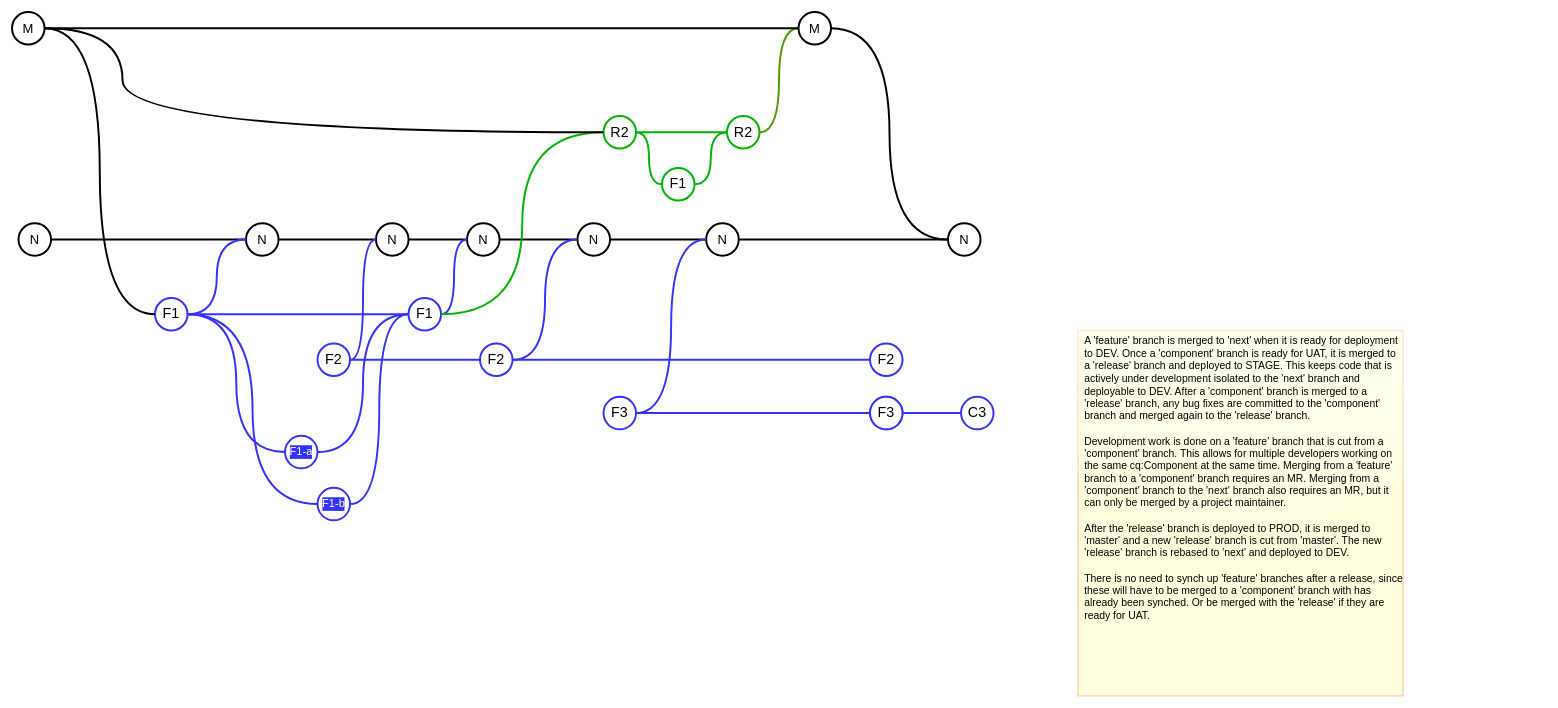
Above: docs/diagrams/branching.drawio in pdmyrs/aem-snippets (draw.io), before the change. Source tidied: cells renumbered, new cells numbered last; positions are measured from the earlier drawing's top-left corner, leaving out a move shared by most shapes. Both pictures are drawn from the tidied source at 65%, with x=0, y=0 at pixel (12, 12).
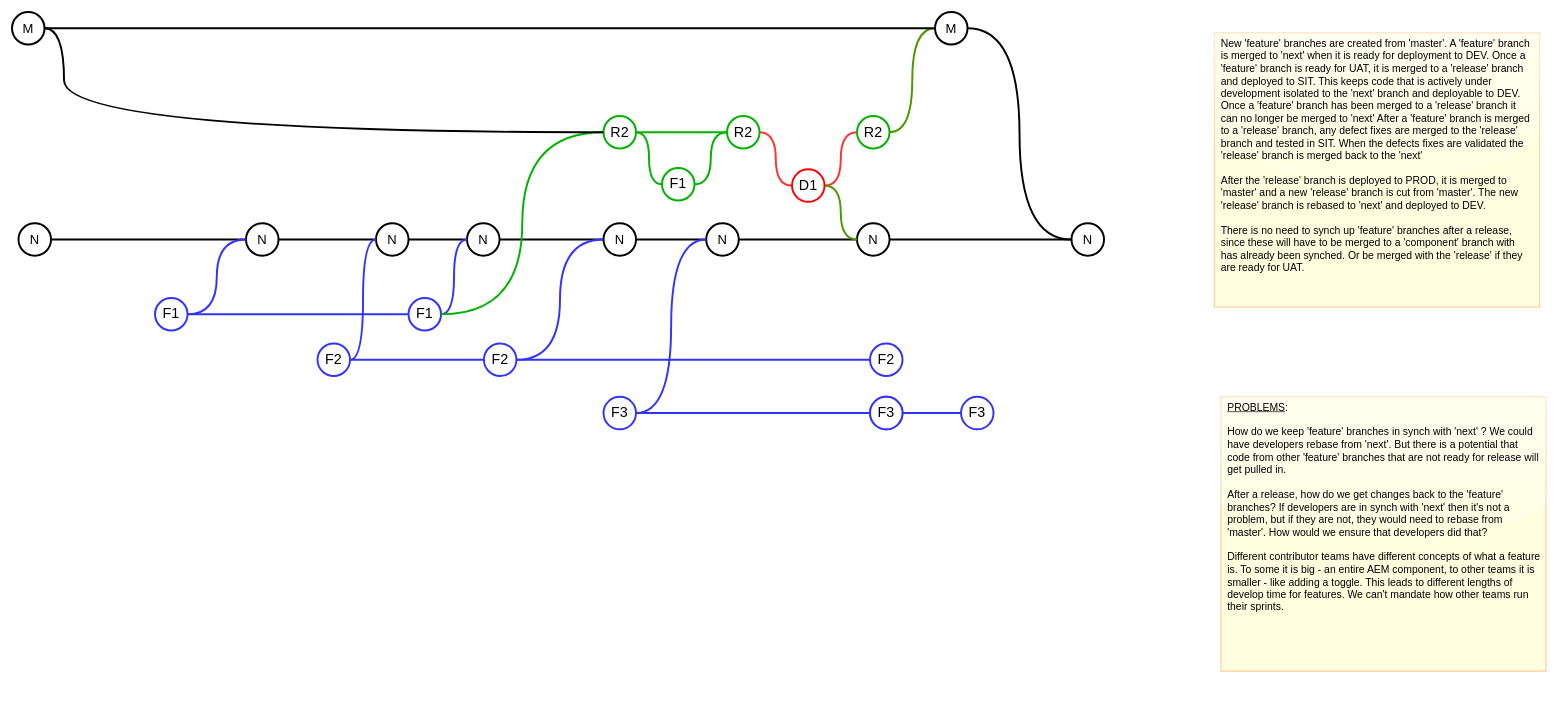
After the change.

Unchanged cells that the change refers to:
```xml
<mxCell id="10" value="F1" style="ellipse;whiteSpace=wrap;html=1;fontSize=22;strokeWidth=3;strokeColor=#3333FF;" parent="1" vertex="1">
  <mxGeometry x="220" y="440" width="50" height="50" as="geometry" />
</mxCell>
<mxCell id="15" value="F1" style="ellipse;whiteSpace=wrap;html=1;fontSize=22;strokeWidth=3;strokeColor=#3333FF;" parent="1" vertex="1">
  <mxGeometry x="610" y="440" width="50" height="50" as="geometry" />
</mxCell>
<mxCell id="20" value="R2" style="ellipse;whiteSpace=wrap;html=1;fontSize=22;strokeWidth=3;strokeColor=#00B300;" parent="1" vertex="1">
  <mxGeometry x="910" y="160" width="50" height="50" as="geometry" />
</mxCell>
<mxCell id="24" value="R2" style="ellipse;whiteSpace=wrap;html=1;fontSize=22;strokeWidth=3;strokeColor=#00B300;" parent="1" vertex="1">
  <mxGeometry x="1100" y="160" width="50" height="50" as="geometry" />
</mxCell>
<mxCell id="33" value="M" style="ellipse;whiteSpace=wrap;html=1;fontSize=20;strokeWidth=3;" parent="1" vertex="1">
  <mxGeometry width="50" height="50" as="geometry" />
</mxCell>
```

The edit, as a diff of the source:
```diff
@@
-    <mxCell id="8" style="edgeStyle=orthogonalEdgeStyle;curved=1;rounded=0;jettySize=auto;html=1;entryX=0;entryY=0.5;entryDx=0;entryDy=0;fontFamily=Helvetica;fontSize=17;fontColor=#FFFFFF;endArrow=none;endFill=0;strokeColor=#3333FF;strokeWidth=3;" parent="1" edge="1" source="10" target="49">
-      <mxGeometry relative="1" as="geometry" />
-    </mxCell>
-    <mxCell id="9" style="edgeStyle=orthogonalEdgeStyle;curved=1;rounded=0;jettySize=auto;html=1;entryX=0;entryY=0.5;entryDx=0;entryDy=0;fontFamily=Helvetica;fontSize=17;fontColor=#FFFFFF;endArrow=none;endFill=0;strokeColor=#3333FF;strokeWidth=3;" parent="1" edge="1" source="10" target="47">
-      <mxGeometry relative="1" as="geometry" />
-    </mxCell>
@@
+    <mxCell id="55" style="edgeStyle=orthogonalEdgeStyle;rounded=0;jettySize=auto;html=1;entryX=0;entryY=0.5;entryDx=0;entryDy=0;endArrow=none;endFill=0;curved=1;strokeWidth=3;strokeColor=#FF3333;" parent="1" edge="1" source="24" target="60">
+      <mxGeometry relative="1" as="geometry" />
+    </mxCell>
@@
-    <mxCell id="27" style="edgeStyle=orthogonalEdgeStyle;curved=1;rounded=0;jettySize=auto;html=1;entryX=0;entryY=0.5;entryDx=0;entryDy=0;endArrow=none;endFill=0;strokeWidth=3;" parent="1" edge="1" source="28" target="39">
+    <mxCell id="27" style="edgeStyle=orthogonalEdgeStyle;curved=1;rounded=0;jettySize=auto;html=1;entryX=0;entryY=0.5;entryDx=0;entryDy=0;endArrow=none;endFill=0;strokeWidth=3;" parent="1" edge="1" source="28" target="62">
       <mxGeometry relative="1" as="geometry" />
     </mxCell>
     <mxCell id="28" value="M" style="ellipse;whiteSpace=wrap;html=1;fontSize=20;strokeWidth=3;" parent="1" vertex="1">
-      <mxGeometry x="1210" width="50" height="50" as="geometry" />
+      <mxGeometry x="1420" width="50" height="50" as="geometry" />
     </mxCell>
-    <mxCell id="29" style="edgeStyle=orthogonalEdgeStyle;curved=1;rounded=0;jettySize=auto;html=1;entryX=0;entryY=0.5;entryDx=0;entryDy=0;fontSize=20;endArrow=none;endFill=0;strokeColor=#4D9900;strokeWidth=3;" parent="1" edge="1" source="24" target="28">
+    <mxCell id="29" style="edgeStyle=orthogonalEdgeStyle;curved=1;rounded=0;jettySize=auto;html=1;entryX=0;entryY=0.5;entryDx=0;entryDy=0;fontSize=20;endArrow=none;endFill=0;strokeColor=#4D9900;strokeWidth=3;exitX=1;exitY=0.5;exitDx=0;exitDy=0;" parent="1" edge="1" source="61" target="28">
       <mxGeometry x="140" y="518" as="geometry" />
     </mxCell>
@@
-    <mxCell id="31" style="edgeStyle=orthogonalEdgeStyle;jettySize=auto;html=1;entryX=0;entryY=0.5;entryDx=0;entryDy=0;curved=1;strokeWidth=3;endArrow=none;endFill=0;" parent="1" edge="1" source="33" target="10">
-      <mxGeometry relative="1" as="geometry" />
-    </mxCell>
     <mxCell id="32" style="edgeStyle=orthogonalEdgeStyle;rounded=0;jettySize=auto;html=1;entryX=0;entryY=0.5;entryDx=0;entryDy=0;curved=1;strokeWidth=3;endArrow=none;endFill=0;" parent="1" edge="1" source="33" target="20">
       <mxGeometry relative="1" as="geometry">
         <Array as="points">
-          <mxPoint x="170" y="25" />
-          <mxPoint x="170" y="185" />
+          <mxPoint x="80" y="25" />
+          <mxPoint x="80" y="185" />
         </Array>
       </mxGeometry>
     </mxCell>
@@
     <mxCell id="35" value="N" style="ellipse;whiteSpace=wrap;html=1;fontSize=20;strokeWidth=3;" parent="1" vertex="1">
-      <mxGeometry x="870" y="325" width="50" height="50" as="geometry" />
+      <mxGeometry x="910" y="325" width="50" height="50" as="geometry" />
     </mxCell>
@@
     <mxCell id="38" value="F2" style="ellipse;whiteSpace=wrap;html=1;fontSize=22;strokeWidth=3;strokeColor=#3333FF;" parent="1" vertex="1">
-      <mxGeometry x="720" y="510" width="50" height="50" as="geometry" />
+      <mxGeometry x="726" y="510" width="50" height="50" as="geometry" />
     </mxCell>
+    <mxCell id="56" style="edgeStyle=orthogonalEdgeStyle;curved=1;rounded=0;jettySize=auto;html=1;entryX=0;entryY=0.5;entryDx=0;entryDy=0;endArrow=none;endFill=0;strokeColor=#000000;strokeWidth=3;" parent="1" edge="1" source="39" target="62">
+      <mxGeometry relative="1" as="geometry" />
+    </mxCell>
     <mxCell id="39" value="N" style="ellipse;whiteSpace=wrap;html=1;fontSize=20;strokeWidth=3;" parent="1" vertex="1">
-      <mxGeometry x="1440" y="325" width="50" height="50" as="geometry" />
+      <mxGeometry x="1300" y="325" width="50" height="50" as="geometry" />
     </mxCell>
@@
-    <mxCell id="46" style="edgeStyle=orthogonalEdgeStyle;curved=1;rounded=0;jettySize=auto;html=1;fontFamily=Helvetica;fontSize=17;fontColor=#FFFFFF;endArrow=none;endFill=0;strokeColor=#3333FF;strokeWidth=3;entryX=0;entryY=0.5;entryDx=0;entryDy=0;" parent="1" edge="1" source="47" target="15">
-      <mxGeometry relative="1" as="geometry" />
-    </mxCell>
-    <mxCell id="47" value="F1-a" style="ellipse;whiteSpace=wrap;html=1;fontSize=17;strokeWidth=3;strokeColor=#3333FF;labelBackgroundColor=#3333FF;fontColor=#FFFFFF;" parent="1" vertex="1">
-      <mxGeometry x="420" y="652" width="50" height="50" as="geometry" />
-    </mxCell>
-    <mxCell id="48" style="edgeStyle=orthogonalEdgeStyle;curved=1;rounded=0;jettySize=auto;html=1;entryX=0;entryY=0.5;entryDx=0;entryDy=0;fontFamily=Helvetica;fontSize=17;fontColor=#FFFFFF;endArrow=none;endFill=0;strokeColor=#3333FF;strokeWidth=3;" parent="1" edge="1" source="49" target="15">
-      <mxGeometry relative="1" as="geometry" />
-    </mxCell>
-    <mxCell id="49" value="F1-b" style="ellipse;whiteSpace=wrap;html=1;fontSize=17;strokeWidth=3;strokeColor=#3333FF;labelBackgroundColor=#3333FF;fontColor=#FFFFFF;" parent="1" vertex="1">
-      <mxGeometry x="470" y="732" width="50" height="50" as="geometry" />
-    </mxCell>
@@
-    <mxCell id="52" value="C3" style="ellipse;whiteSpace=wrap;html=1;fontSize=22;strokeWidth=3;strokeColor=#3333FF;" parent="1" vertex="1">
+    <mxCell id="52" value="F3" style="ellipse;whiteSpace=wrap;html=1;fontSize=22;strokeWidth=3;strokeColor=#3333FF;" parent="1" vertex="1">
       <mxGeometry x="1460" y="592" width="50" height="50" as="geometry" />
     </mxCell>
@@
-    <mxCell id="54" value="A 'feature' branch is merged to 'next' when it is ready for deployment to DEV. Once a 'component' branch is ready for UAT, it is merged to a 'release' branch and deployed to STAGE. This keeps code that is actively under development isolated to the 'next' branch and deployable to DEV. After a 'component' branch is merged to a 'release' branch, any bug fixes are committed to the 'component' branch and merged again to the 'release' branch.&amp;nbsp;&lt;br&gt;&lt;br&gt;Development work is done on a 'feature' branch that is cut from a 'component' branch. This allows for multiple developers working on the same cq:Component at the same time. Merging from a 'feature' branch to a 'component' branch requires an MR. Merging from a 'component' branch to the 'next' branch also requires an MR, but it can only be merged by a project maintainer.&lt;br&gt;&lt;br&gt;After the 'release' branch is deployed to PROD, it is merged to 'master' and a new 'release' branch is cut from 'master'. The new 'release' branch is rebased to 'next' and deployed to DEV.&lt;br&gt;&lt;br&gt;There is no need to synch up 'feature' branches after a release, since these will have to be merged to a 'component' branch with has already been synched. Or be merged with the 'release' if they are ready for UAT." style="text;html=1;strokeColor=#FFB366;fillColor=#FFFFCC;align=left;verticalAlign=top;whiteSpace=wrap;rounded=0;fontSize=16;perimeterSpacing=2;strokeWidth=2;opacity=60;shadow=0;glass=1;fontFamily=Helvetica;sketch=0;spacingLeft=8;labelPosition=center;verticalLabelPosition=middle;" parent="1" vertex="1">
-      <mxGeometry x="1640" y="490" width="500" height="562" as="geometry" />
+    <mxCell id="54" value="New 'feature' branches are created from 'master'. A 'feature' branch is merged to 'next' when it is ready for deployment to DEV. Once a 'feature' branch is ready for UAT, it is merged to a 'release' branch and deployed to SIT. This keeps code that is actively under development isolated to the 'next' branch and deployable to DEV. Once a 'feature' branch has been merged to a 'release' branch it can no longer be merged to 'next' After a 'feature' branch is merged to a 'release' branch, any defect fixes are merged to the 'release' branch and tested in SIT. When the defects fixes are validated the 'release' branch is merged back to the 'next'&lt;br&gt;&lt;br&gt;After the 'release' branch is deployed to PROD, it is merged to 'master' and a new 'release' branch is cut from 'master'. The new 'release' branch is rebased to 'next' and deployed to DEV.&lt;br&gt;&lt;br&gt;There is no need to synch up 'feature' branches after a release, since these will have to be merged to a 'component' branch with has already been synched. Or be merged with the 'release' if they are ready for UAT." style="text;html=1;strokeColor=#FFB366;fillColor=#FFFFCC;align=left;verticalAlign=top;whiteSpace=wrap;rounded=0;fontSize=16;perimeterSpacing=2;strokeWidth=2;opacity=60;shadow=0;glass=1;fontFamily=Helvetica;sketch=0;spacingLeft=8;labelPosition=center;verticalLabelPosition=middle;spacingRight=8;" parent="1" vertex="1">
+      <mxGeometry x="1850" y="32" width="500" height="422" as="geometry" />
     </mxCell>
+    <mxCell id="57" value="&lt;u&gt;PROBLEMS&lt;/u&gt;:&lt;br&gt;&lt;br&gt;How do we keep 'feature' branches in synch with 'next' ? We could have developers rebase from 'next'. But there is a potential that code from other 'feature' branches that are not ready for release will get pulled in.&amp;nbsp;&lt;br&gt;&lt;br&gt;After a release, how do we get changes back to the 'feature' branches? If developers are in synch with 'next' then it's not a problem, but if they are not, they would need to rebase from 'master'. How would we ensure that developers did that?&amp;nbsp;&lt;br&gt;&lt;br&gt;Different contributor teams have different concepts of what a feature is. To some it is big - an entire AEM component, to other teams it is smaller - like adding a toggle. This leads to different lengths of develop time for features. We can't mandate how other teams run their sprints." style="text;html=1;strokeColor=#FFB366;fillColor=#FFFFCC;align=left;verticalAlign=top;whiteSpace=wrap;rounded=0;fontSize=16;perimeterSpacing=2;strokeWidth=2;opacity=60;shadow=0;glass=1;fontFamily=Helvetica;sketch=0;spacingLeft=8;labelPosition=center;verticalLabelPosition=middle;spacingRight=8;" parent="1" vertex="1">
+      <mxGeometry x="1860" y="592" width="500" height="422" as="geometry" />
+    </mxCell>
+    <mxCell id="58" style="edgeStyle=orthogonalEdgeStyle;curved=1;rounded=0;jettySize=auto;html=1;entryX=0;entryY=0.5;entryDx=0;entryDy=0;endArrow=none;endFill=0;strokeColor=#FF3333;strokeWidth=3;" parent="1" edge="1" source="60" target="61">
+      <mxGeometry relative="1" as="geometry" />
+    </mxCell>
+    <mxCell id="59" style="edgeStyle=orthogonalEdgeStyle;curved=1;rounded=0;jettySize=auto;html=1;entryX=0;entryY=0.5;entryDx=0;entryDy=0;endArrow=none;endFill=0;strokeColor=#4d9900;strokeWidth=3;" parent="1" edge="1" source="60" target="39">
+      <mxGeometry relative="1" as="geometry" />
+    </mxCell>
+    <mxCell id="60" value="D1" style="ellipse;whiteSpace=wrap;html=1;fontSize=22;strokeWidth=3;strokeColor=#FF0000;" parent="1" vertex="1">
+      <mxGeometry x="1200" y="242" width="50" height="50" as="geometry" />
+    </mxCell>
+    <mxCell id="61" value="R2" style="ellipse;whiteSpace=wrap;html=1;fontSize=22;strokeWidth=3;strokeColor=#00B300;" parent="1" vertex="1">
+      <mxGeometry x="1300" y="160" width="50" height="50" as="geometry" />
+    </mxCell>
+    <mxCell id="62" value="N" style="ellipse;whiteSpace=wrap;html=1;fontSize=20;strokeWidth=3;" parent="1" vertex="1">
+      <mxGeometry x="1630" y="325" width="50" height="50" as="geometry" />
+    </mxCell>
```
